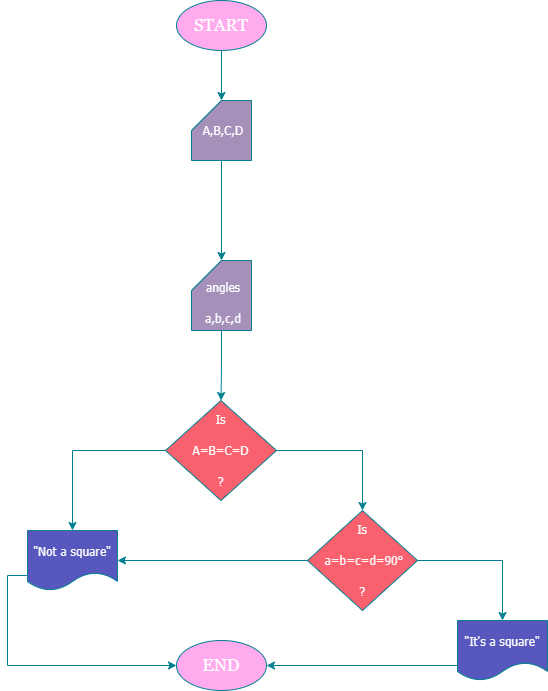
The draw.io diagram homeworksquare.png in SudeNazDilbaz/homework, before a commit. Source tidied: cells renumbered, new cells last; positions are measured from the earlier drawing's top-left corner, leaving out a move shared by most shapes.
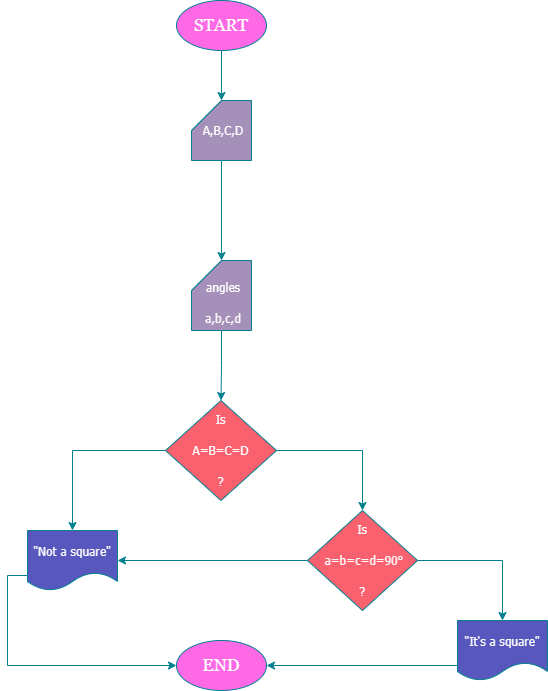
The same file after the commit.

What changed in the source:
```diff
@@ -2,7 +2,7 @@
   <root>
     <mxCell id="0" />
     <mxCell id="1" parent="0" />
-    <mxCell id="2" value="&lt;font face=&quot;Georgia&quot; style=&quot;font-size: 17px;&quot; color=&quot;#ffffff&quot;&gt;START&lt;/font&gt;" style="ellipse;whiteSpace=wrap;html=1;fillColor=#FFABEE;labelBackgroundColor=none;strokeColor=#028090;fontColor=#E4FDE1;" parent="1" vertex="1">
+    <mxCell id="2" value="&lt;font face=&quot;Georgia&quot; style=&quot;font-size: 17px;&quot; color=&quot;#ffffff&quot;&gt;START&lt;/font&gt;" style="ellipse;whiteSpace=wrap;html=1;fillColor=#FF69E6;labelBackgroundColor=none;strokeColor=#028090;fontColor=#E4FDE1;" parent="1" vertex="1">
       <mxGeometry x="149" width="90" height="50" as="geometry" />
     </mxCell>
     <mxCell id="3" style="edgeStyle=orthogonalEdgeStyle;rounded=0;jettySize=auto;html=1;exitX=0.5;exitY=1;exitDx=0;exitDy=0;exitPerimeter=0;strokeColor=#028090;fontColor=#E4FDE1;fillColor=#F45B69;" parent="1" edge="1" source="4" target="8">
@@ -53,7 +53,7 @@
     <mxCell id="18" value="&lt;font face=&quot;Tahoma&quot; color=&quot;#ffffff&quot;&gt;&quot;It's a square&quot;&lt;/font&gt;" style="shape=document;whiteSpace=wrap;html=1;boundedLbl=1;strokeColor=#028090;fontColor=#E4FDE1;fillColor=#5757bd;" parent="1" vertex="1">
       <mxGeometry x="430" y="620" width="90" height="60" as="geometry" />
     </mxCell>
-    <mxCell id="19" value="&lt;font face=&quot;Georgia&quot; style=&quot;font-size: 17px;&quot; color=&quot;#ffffff&quot;&gt;END&lt;/font&gt;" style="ellipse;whiteSpace=wrap;html=1;fillColor=#FFABEE;labelBackgroundColor=none;strokeColor=#028090;fontColor=#E4FDE1;" parent="1" vertex="1">
+    <mxCell id="19" value="&lt;font face=&quot;Georgia&quot; style=&quot;font-size: 17px;&quot; color=&quot;#ffffff&quot;&gt;END&lt;/font&gt;" style="ellipse;whiteSpace=wrap;html=1;fillColor=#FF69E6;labelBackgroundColor=none;strokeColor=#028090;fontColor=#E4FDE1;" parent="1" vertex="1">
       <mxGeometry x="149" y="640" width="90" height="50" as="geometry" />
     </mxCell>
   </root>
```
